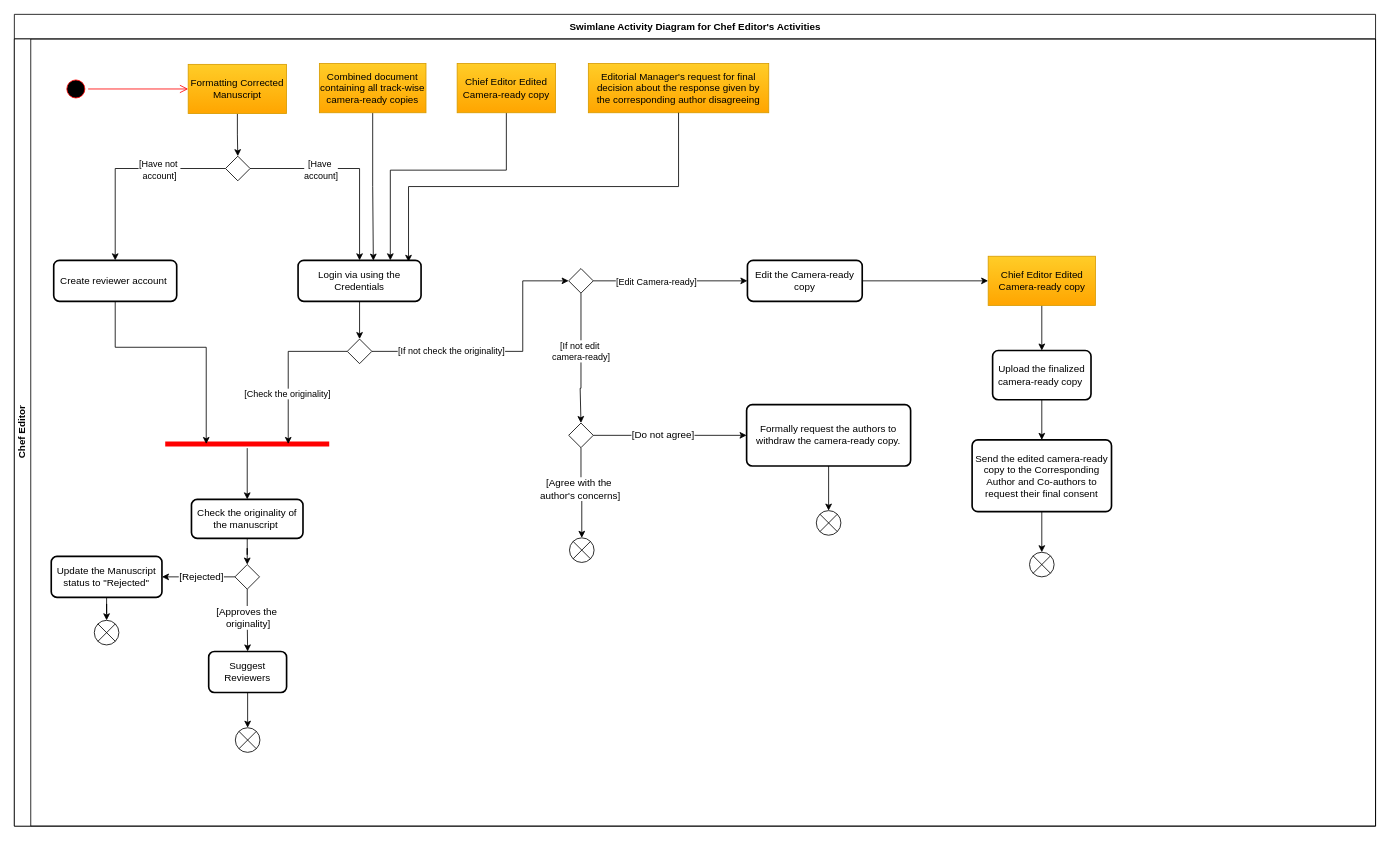
The draw.io diagram UML Diagram/Swimlane Activity Diagram for Chef Editor's Activities/Swimlane Activity Diagram for Chef Editor's activities.drawio in KavinduAmalka/Conference-Management-System, before the edit. Source tidied: cells renumbered, new cells numbered last; positions are measured from the earlier drawing's top-left corner, leaving out a move shared by most shapes. Both pictures are drawn from the tidied source at 82%, with x=0, y=0 at pixel (14, 14).
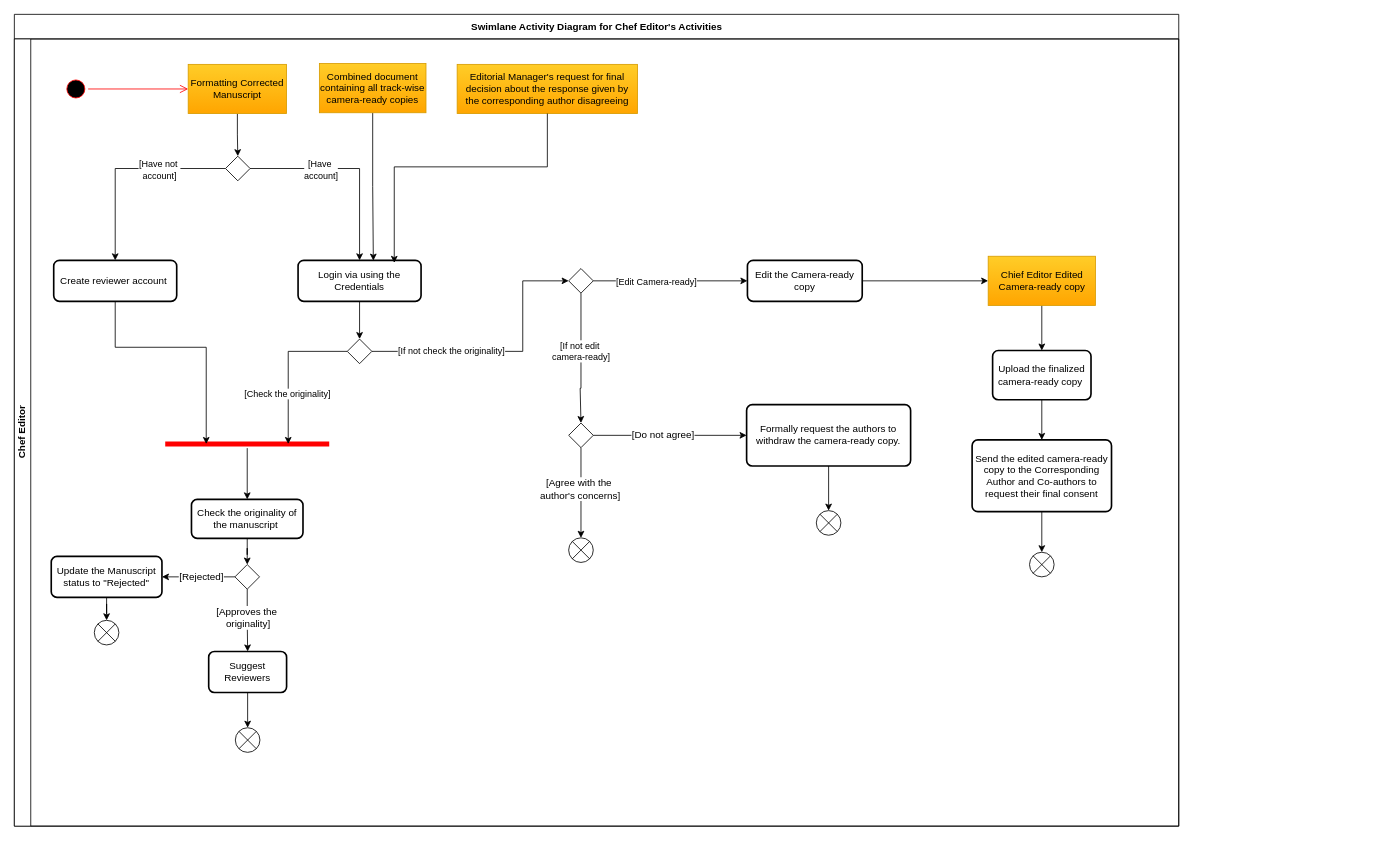
Above is the later version.

The change refers to these unchanged cells:
```xml
<mxCell id="10" value="Login via using the Credentials" style="rounded=1;whiteSpace=wrap;html=1;absoluteArcSize=1;arcSize=14;strokeWidth=2;" parent="3" vertex="1">
  <mxGeometry x="346" y="270" width="150" height="50" as="geometry" />
</mxCell>
```

Diff of the diagram source:
```diff
@@
     <mxCell id="2" value="Swimlane Activity Diagram for&amp;nbsp;&lt;font&gt;Chef Editor's Activities&lt;/font&gt;" style="swimlane;horizontal=1;startSize=30;html=1;" parent="1" vertex="1">
-      <mxGeometry width="1660" height="990" as="geometry" />
+      <mxGeometry width="1420" height="990" as="geometry" />
     </mxCell>
     <mxCell id="3" value="&lt;font&gt;Chef Editor&lt;/font&gt;" style="swimlane;startSize=20;horizontal=0;html=1;" parent="2" vertex="1">
-      <mxGeometry y="30" width="1660" height="960" as="geometry" />
+      <mxGeometry y="30" width="1420" height="960" as="geometry" />
     </mxCell>
@@
-    <mxCell id="38" style="edgeStyle=orthogonalEdgeStyle;rounded=0;jettySize=auto;html=1;entryX=0.75;entryY=0;entryDx=0;entryDy=0;" parent="3" edge="1" source="39" target="10">
-      <mxGeometry relative="1" as="geometry">
-        <Array as="points">
-          <mxPoint x="600" y="160" />
-          <mxPoint x="459" y="160" />
-        </Array>
-      </mxGeometry>
-    </mxCell>
-    <mxCell id="39" value="&lt;font&gt;Chief Editor Edited Camera-ready copy&lt;/font&gt;" style="rounded=0;whiteSpace=wrap;html=1;fillColor=#ffcd28;gradientColor=#ffa500;strokeColor=#d79b00;" parent="3" vertex="1">
-      <mxGeometry x="540" y="30" width="120" height="60" as="geometry" />
-    </mxCell>
@@
     <mxCell id="48" value="&lt;font&gt;Editorial Manager's request for final decision about the response given by the corresponding author disagreeing&lt;/font&gt;" style="rounded=0;whiteSpace=wrap;html=1;fillColor=#ffcd28;gradientColor=#ffa500;strokeColor=#d79b00;" parent="3" vertex="1">
-      <mxGeometry x="700" y="30" width="220" height="60" as="geometry" />
+      <mxGeometry x="540" y="31" width="220" height="60" as="geometry" />
     </mxCell>
-    <mxCell id="49" style="edgeStyle=orthogonalEdgeStyle;rounded=0;jettySize=auto;html=1;entryX=0.898;entryY=0.037;entryDx=0;entryDy=0;entryPerimeter=0;" parent="3" edge="1" source="48" target="10">
-      <mxGeometry relative="1" as="geometry">
-        <Array as="points">
-          <mxPoint x="810" y="180" />
-          <mxPoint x="481" y="180" />
-        </Array>
-      </mxGeometry>
-    </mxCell>
@@
     <mxCell id="51" style="shape=sumEllipse;perimeter=ellipsePerimeter;html=1;backgroundOutline=1;" parent="3" vertex="1">
-      <mxGeometry x="677" y="608.4" width="30" height="30" as="geometry" />
+      <mxGeometry x="676" y="608.4" width="30" height="30" as="geometry" />
     </mxCell>
@@
+    <mxCell id="49" style="edgeStyle=orthogonalEdgeStyle;rounded=0;jettySize=auto;html=1;entryX=0.782;entryY=0.062;entryDx=0;entryDy=0;entryPerimeter=0;" parent="3" edge="1" source="48" target="10">
+      <mxGeometry relative="1" as="geometry">
+        <Array as="points">
+          <mxPoint x="650" y="156" />
+          <mxPoint x="463" y="156" />
+        </Array>
+      </mxGeometry>
+    </mxCell>
```
